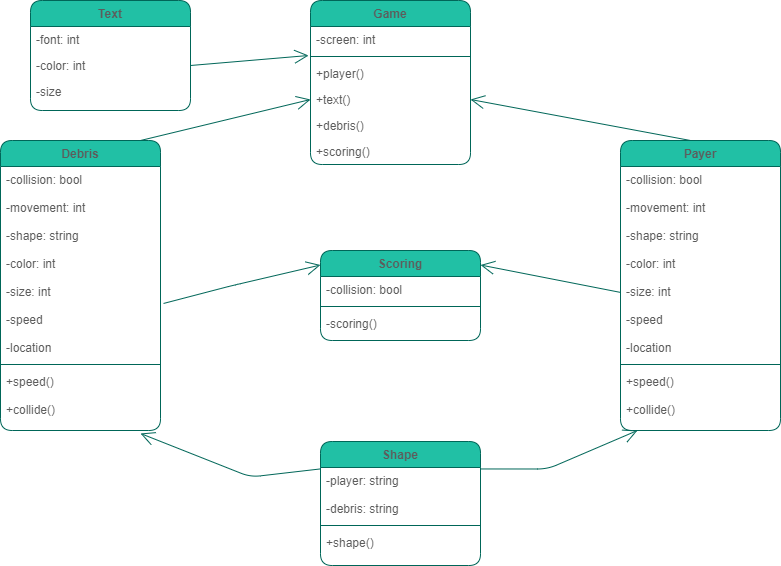
Earlier version of the draw.io export Assignments/A07/UntitledDiagram.png (LoicKonan/2143-OOP-Konan). Source tidied: cells renumbered, new cells last; positions are measured from the earlier drawing's top-left corner, leaving out a move shared by most shapes.
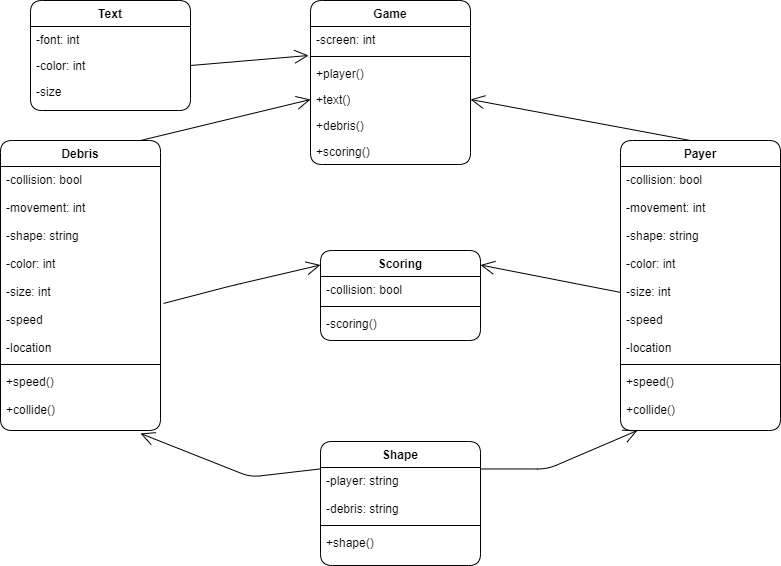
The same file after the commit.

Diff of the diagram source:
```diff
@@ -2,103 +2,103 @@
   <root>
     <mxCell id="0" />
     <mxCell id="1" parent="0" />
-    <mxCell id="2" value="Text" style="swimlane;fontStyle=1;align=center;verticalAlign=top;horizontal=1;startSize=26;shadow=0;strokeWidth=1;rounded=1;fillColor=#21C0A5;strokeColor=#006658;fontColor=#5C5C5C;" parent="1" vertex="1">
+    <mxCell id="2" value="Text" style="swimlane;fontStyle=1;align=center;verticalAlign=top;horizontal=1;startSize=26;shadow=0;strokeWidth=1;rounded=1;" parent="1" vertex="1">
       <mxGeometry x="30" width="160" height="110" as="geometry" />
     </mxCell>
-    <mxCell id="3" value="-font: int&#10;" style="text;align=left;verticalAlign=top;spacingLeft=4;spacingRight=4;overflow=hidden;fontStyle=0;rounded=1;fontColor=#5C5C5C;" parent="2" vertex="1">
+    <mxCell id="3" value="-font: int&#10;" style="text;align=left;verticalAlign=top;spacingLeft=4;spacingRight=4;overflow=hidden;fontStyle=0;rounded=1;" parent="2" vertex="1">
       <mxGeometry y="26" width="160" height="26" as="geometry" />
     </mxCell>
-    <mxCell id="4" value="-color: int&#10;" style="text;align=left;verticalAlign=top;spacingLeft=4;spacingRight=4;overflow=hidden;points=[[0,0.5],[1,0.5]];portConstraint=eastwest;rounded=1;fontColor=#5C5C5C;" parent="2" vertex="1">
+    <mxCell id="4" value="-color: int&#10;" style="text;align=left;verticalAlign=top;spacingLeft=4;spacingRight=4;overflow=hidden;points=[[0,0.5],[1,0.5]];portConstraint=eastwest;rounded=1;" parent="2" vertex="1">
       <mxGeometry y="52" width="160" height="26" as="geometry" />
     </mxCell>
-    <mxCell id="5" value="-size" style="text;align=left;verticalAlign=top;spacingLeft=4;spacingRight=4;overflow=hidden;rounded=1;fontColor=#5C5C5C;" parent="2" vertex="1">
+    <mxCell id="5" value="-size" style="text;align=left;verticalAlign=top;spacingLeft=4;spacingRight=4;overflow=hidden;rounded=1;" parent="2" vertex="1">
       <mxGeometry y="78" width="160" height="26" as="geometry" />
     </mxCell>
-    <mxCell id="6" value="Scoring" style="swimlane;fontStyle=1;align=center;verticalAlign=top;horizontal=1;startSize=26;shadow=0;strokeWidth=1;rounded=1;fillColor=#21C0A5;strokeColor=#006658;fontColor=#5C5C5C;" parent="1" vertex="1">
+    <mxCell id="6" value="Scoring" style="swimlane;fontStyle=1;align=center;verticalAlign=top;horizontal=1;startSize=26;shadow=0;strokeWidth=1;rounded=1;" parent="1" vertex="1">
       <mxGeometry x="320" y="250" width="160" height="90" as="geometry" />
     </mxCell>
-    <mxCell id="7" value="-collision: bool" style="text;align=left;verticalAlign=top;spacingLeft=4;spacingRight=4;overflow=hidden;rounded=1;fontColor=#5C5C5C;" parent="6" vertex="1">
+    <mxCell id="7" value="-collision: bool" style="text;align=left;verticalAlign=top;spacingLeft=4;spacingRight=4;overflow=hidden;rounded=1;" parent="6" vertex="1">
       <mxGeometry y="26" width="160" height="26" as="geometry" />
     </mxCell>
-    <mxCell id="8" style="line;html=1;strokeWidth=1;align=left;verticalAlign=middle;spacingTop=-1;spacingLeft=3;spacingRight=3;labelPosition=right;rounded=1;fillColor=#21C0A5;strokeColor=#006658;fontColor=#5C5C5C;" parent="6" vertex="1">
+    <mxCell id="8" style="line;html=1;strokeWidth=1;align=left;verticalAlign=middle;spacingTop=-1;spacingLeft=3;spacingRight=3;labelPosition=right;rounded=1;" parent="6" vertex="1">
       <mxGeometry y="52" width="160" height="8" as="geometry" />
     </mxCell>
-    <mxCell id="9" value="-scoring()" style="text;align=left;verticalAlign=top;spacingLeft=4;spacingRight=4;overflow=hidden;shadow=0;html=0;rounded=1;fontColor=#5C5C5C;" parent="6" vertex="1">
+    <mxCell id="9" value="-scoring()" style="text;align=left;verticalAlign=top;spacingLeft=4;spacingRight=4;overflow=hidden;shadow=0;html=0;rounded=1;" parent="6" vertex="1">
       <mxGeometry y="60" width="160" height="26" as="geometry" />
     </mxCell>
-    <mxCell id="10" value="Game" style="swimlane;fontStyle=1;align=center;verticalAlign=top;horizontal=1;startSize=26;shadow=0;strokeWidth=1;rounded=1;fillColor=#21C0A5;strokeColor=#006658;fontColor=#5C5C5C;" parent="1" vertex="1">
+    <mxCell id="10" value="Game" style="swimlane;fontStyle=1;align=center;verticalAlign=top;horizontal=1;startSize=26;shadow=0;strokeWidth=1;rounded=1;" parent="1" vertex="1">
       <mxGeometry x="310" width="160" height="164" as="geometry" />
     </mxCell>
-    <mxCell id="11" value="-screen: int" style="text;align=left;verticalAlign=top;spacingLeft=4;spacingRight=4;overflow=hidden;points=[[0,0.5],[1,0.5]];portConstraint=eastwest;shadow=0;html=0;rounded=1;fontColor=#5C5C5C;" parent="10" vertex="1">
+    <mxCell id="11" value="-screen: int" style="text;align=left;verticalAlign=top;spacingLeft=4;spacingRight=4;overflow=hidden;points=[[0,0.5],[1,0.5]];portConstraint=eastwest;shadow=0;html=0;rounded=1;" parent="10" vertex="1">
       <mxGeometry y="26" width="160" height="26" as="geometry" />
     </mxCell>
-    <mxCell id="12" style="line;html=1;strokeWidth=1;align=left;verticalAlign=middle;spacingTop=-1;spacingLeft=3;spacingRight=3;labelPosition=right;rounded=1;fillColor=#21C0A5;strokeColor=#006658;fontColor=#5C5C5C;" parent="10" vertex="1">
+    <mxCell id="12" style="line;html=1;strokeWidth=1;align=left;verticalAlign=middle;spacingTop=-1;spacingLeft=3;spacingRight=3;labelPosition=right;rounded=1;" parent="10" vertex="1">
       <mxGeometry y="52" width="160" height="8" as="geometry" />
     </mxCell>
-    <mxCell id="13" value="+player()" style="text;align=left;verticalAlign=top;spacingLeft=4;spacingRight=4;overflow=hidden;rounded=1;fontColor=#5C5C5C;" parent="10" vertex="1">
+    <mxCell id="13" value="+player()" style="text;align=left;verticalAlign=top;spacingLeft=4;spacingRight=4;overflow=hidden;rounded=1;" parent="10" vertex="1">
       <mxGeometry y="60" width="160" height="26" as="geometry" />
     </mxCell>
-    <mxCell id="14" value="+text()" style="text;align=left;verticalAlign=top;spacingLeft=4;spacingRight=4;overflow=hidden;points=[[0,0.5],[1,0.5]];portConstraint=eastwest;rounded=1;fontColor=#5C5C5C;" parent="10" vertex="1">
+    <mxCell id="14" value="+text()" style="text;align=left;verticalAlign=top;spacingLeft=4;spacingRight=4;overflow=hidden;points=[[0,0.5],[1,0.5]];portConstraint=eastwest;rounded=1;" parent="10" vertex="1">
       <mxGeometry y="86" width="160" height="26" as="geometry" />
     </mxCell>
-    <mxCell id="15" value="+debris()" style="text;align=left;verticalAlign=top;spacingLeft=4;spacingRight=4;overflow=hidden;shadow=0;html=0;rounded=1;fontColor=#5C5C5C;" parent="10" vertex="1">
+    <mxCell id="15" value="+debris()" style="text;align=left;verticalAlign=top;spacingLeft=4;spacingRight=4;overflow=hidden;shadow=0;html=0;rounded=1;" parent="10" vertex="1">
       <mxGeometry y="112" width="160" height="26" as="geometry" />
     </mxCell>
-    <mxCell id="16" value="+scoring()" style="text;align=left;verticalAlign=top;spacingLeft=4;spacingRight=4;overflow=hidden;shadow=0;html=0;rounded=1;fontColor=#5C5C5C;" parent="10" vertex="1">
+    <mxCell id="16" value="+scoring()" style="text;align=left;verticalAlign=top;spacingLeft=4;spacingRight=4;overflow=hidden;shadow=0;html=0;rounded=1;" parent="10" vertex="1">
       <mxGeometry y="138" width="160" height="26" as="geometry" />
     </mxCell>
-    <mxCell id="17" value="Payer" style="swimlane;fontStyle=1;align=center;verticalAlign=top;horizontal=1;startSize=26;shadow=0;strokeWidth=1;rounded=1;fillColor=#21C0A5;strokeColor=#006658;fontColor=#5C5C5C;" parent="1" vertex="1">
+    <mxCell id="17" value="Payer" style="swimlane;fontStyle=1;align=center;verticalAlign=top;horizontal=1;startSize=26;shadow=0;strokeWidth=1;rounded=1;" parent="1" vertex="1">
       <mxGeometry x="620" y="140" width="160" height="290" as="geometry" />
     </mxCell>
-    <mxCell id="18" value="-collision: bool&#10;&#10;-movement: int&#10;&#10;-shape: string&#10;&#10;-color: int&#10;&#10;-size: int&#10;&#10;-speed&#10;&#10;-location" style="text;align=left;verticalAlign=top;spacingLeft=4;spacingRight=4;overflow=hidden;points=[[0,0.5],[1,0.5]];portConstraint=eastwest;rounded=1;fontColor=#5C5C5C;" parent="17" vertex="1">
+    <mxCell id="18" value="-collision: bool&#10;&#10;-movement: int&#10;&#10;-shape: string&#10;&#10;-color: int&#10;&#10;-size: int&#10;&#10;-speed&#10;&#10;-location" style="text;align=left;verticalAlign=top;spacingLeft=4;spacingRight=4;overflow=hidden;points=[[0,0.5],[1,0.5]];portConstraint=eastwest;rounded=1;" parent="17" vertex="1">
       <mxGeometry y="26" width="160" height="194" as="geometry" />
     </mxCell>
-    <mxCell id="19" style="line;html=1;strokeWidth=1;align=left;verticalAlign=middle;spacingTop=-1;spacingLeft=3;spacingRight=3;labelPosition=right;rounded=1;fillColor=#21C0A5;strokeColor=#006658;fontColor=#5C5C5C;" parent="17" vertex="1">
+    <mxCell id="19" style="line;html=1;strokeWidth=1;align=left;verticalAlign=middle;spacingTop=-1;spacingLeft=3;spacingRight=3;labelPosition=right;rounded=1;" parent="17" vertex="1">
       <mxGeometry y="220" width="160" height="8" as="geometry" />
     </mxCell>
-    <mxCell id="20" value="+speed()&#10;&#10;+collide()" style="text;align=left;verticalAlign=top;spacingLeft=4;spacingRight=4;overflow=hidden;rounded=1;fontColor=#5C5C5C;" parent="17" vertex="1">
+    <mxCell id="20" value="+speed()&#10;&#10;+collide()" style="text;align=left;verticalAlign=top;spacingLeft=4;spacingRight=4;overflow=hidden;rounded=1;" parent="17" vertex="1">
       <mxGeometry y="228" width="160" height="62" as="geometry" />
     </mxCell>
-    <mxCell id="21" value="Shape" style="swimlane;fontStyle=1;align=center;verticalAlign=top;horizontal=1;startSize=26;shadow=0;strokeWidth=1;rounded=1;fillColor=#21C0A5;strokeColor=#006658;fontColor=#5C5C5C;" parent="1" vertex="1">
+    <mxCell id="21" value="Shape" style="swimlane;fontStyle=1;align=center;verticalAlign=top;horizontal=1;startSize=26;shadow=0;strokeWidth=1;rounded=1;" parent="1" vertex="1">
       <mxGeometry x="320" y="441" width="160" height="124" as="geometry" />
     </mxCell>
-    <mxCell id="22" value="-player: string&#10;&#10;-debris: string" style="text;align=left;verticalAlign=top;spacingLeft=4;spacingRight=4;overflow=hidden;rounded=1;fontColor=#5C5C5C;" parent="21" vertex="1">
+    <mxCell id="22" value="-player: string&#10;&#10;-debris: string" style="text;align=left;verticalAlign=top;spacingLeft=4;spacingRight=4;overflow=hidden;rounded=1;" parent="21" vertex="1">
       <mxGeometry y="26" width="160" height="54" as="geometry" />
     </mxCell>
-    <mxCell id="23" style="line;html=1;strokeWidth=1;align=left;verticalAlign=middle;spacingTop=-1;spacingLeft=3;spacingRight=3;labelPosition=right;rounded=1;fillColor=#21C0A5;strokeColor=#006658;fontColor=#5C5C5C;" parent="21" vertex="1">
+    <mxCell id="23" style="line;html=1;strokeWidth=1;align=left;verticalAlign=middle;spacingTop=-1;spacingLeft=3;spacingRight=3;labelPosition=right;rounded=1;" parent="21" vertex="1">
       <mxGeometry y="80" width="160" height="8" as="geometry" />
     </mxCell>
-    <mxCell id="24" value="+shape()" style="text;align=left;verticalAlign=top;spacingLeft=4;spacingRight=4;overflow=hidden;shadow=0;html=0;rounded=1;fontColor=#5C5C5C;" parent="21" vertex="1">
+    <mxCell id="24" value="+shape()" style="text;align=left;verticalAlign=top;spacingLeft=4;spacingRight=4;overflow=hidden;shadow=0;html=0;rounded=1;" parent="21" vertex="1">
       <mxGeometry y="88" width="160" height="26" as="geometry" />
     </mxCell>
-    <mxCell id="25" value="Debris" style="swimlane;fontStyle=1;align=center;verticalAlign=top;horizontal=1;startSize=26;shadow=0;strokeWidth=1;rounded=1;fillColor=#21C0A5;strokeColor=#006658;fontColor=#5C5C5C;" parent="1" vertex="1">
+    <mxCell id="25" value="Debris" style="swimlane;fontStyle=1;align=center;verticalAlign=top;horizontal=1;startSize=26;shadow=0;strokeWidth=1;rounded=1;" parent="1" vertex="1">
       <mxGeometry y="140" width="160" height="290" as="geometry" />
     </mxCell>
-    <mxCell id="26" value="-collision: bool&#10;&#10;-movement: int&#10;&#10;-shape: string&#10;&#10;-color: int&#10;&#10;-size: int&#10;&#10;-speed&#10;&#10;-location" style="text;align=left;verticalAlign=top;spacingLeft=4;spacingRight=4;overflow=hidden;points=[[0,0.5],[1,0.5]];portConstraint=eastwest;rounded=1;fontColor=#5C5C5C;" parent="25" vertex="1">
+    <mxCell id="26" value="-collision: bool&#10;&#10;-movement: int&#10;&#10;-shape: string&#10;&#10;-color: int&#10;&#10;-size: int&#10;&#10;-speed&#10;&#10;-location" style="text;align=left;verticalAlign=top;spacingLeft=4;spacingRight=4;overflow=hidden;points=[[0,0.5],[1,0.5]];portConstraint=eastwest;rounded=1;" parent="25" vertex="1">
       <mxGeometry y="26" width="160" height="194" as="geometry" />
     </mxCell>
-    <mxCell id="27" style="line;html=1;strokeWidth=1;align=left;verticalAlign=middle;spacingTop=-1;spacingLeft=3;spacingRight=3;labelPosition=right;rounded=1;fillColor=#21C0A5;strokeColor=#006658;fontColor=#5C5C5C;" parent="25" vertex="1">
+    <mxCell id="27" style="line;html=1;strokeWidth=1;align=left;verticalAlign=middle;spacingTop=-1;spacingLeft=3;spacingRight=3;labelPosition=right;rounded=1;" parent="25" vertex="1">
       <mxGeometry y="220" width="160" height="8" as="geometry" />
     </mxCell>
-    <mxCell id="28" value="+speed()&#10;&#10;+collide()" style="text;align=left;verticalAlign=top;spacingLeft=4;spacingRight=4;overflow=hidden;points=[[0,0.5],[1,0.5]];portConstraint=eastwest;rounded=1;fontColor=#5C5C5C;" parent="25" vertex="1">
+    <mxCell id="28" value="+speed()&#10;&#10;+collide()" style="text;align=left;verticalAlign=top;spacingLeft=4;spacingRight=4;overflow=hidden;points=[[0,0.5],[1,0.5]];portConstraint=eastwest;rounded=1;" parent="25" vertex="1">
       <mxGeometry y="228" width="160" height="62" as="geometry" />
     </mxCell>
-    <mxCell id="29" style="endArrow=open;endFill=1;endSize=12;html=1;strokeColor=#006658;fontColor=#5C5C5C;entryX=0;entryY=0.5;entryDx=0;entryDy=0;" parent="1" edge="1" target="14">
+    <mxCell id="29" style="endArrow=open;endFill=1;endSize=12;html=1;entryX=0;entryY=0.5;entryDx=0;entryDy=0;" parent="1" edge="1" target="14">
       <mxGeometry relative="1" as="geometry">
         <mxPoint x="140" y="140" as="sourcePoint" />
       </mxGeometry>
     </mxCell>
-    <mxCell id="30" style="endArrow=open;endFill=1;endSize=12;html=1;strokeColor=#006658;fillColor=#21C0A5;fontColor=#5C5C5C;entryX=1;entryY=0.5;entryDx=0;entryDy=0;" parent="1" edge="1" target="14">
+    <mxCell id="30" style="endArrow=open;endFill=1;endSize=12;html=1;entryX=1;entryY=0.5;entryDx=0;entryDy=0;" parent="1" edge="1" target="14">
       <mxGeometry relative="1" as="geometry">
         <mxPoint x="690" y="140" as="sourcePoint" />
       </mxGeometry>
     </mxCell>
-    <mxCell id="31" style="endArrow=open;endFill=1;endSize=12;html=1;strokeColor=#006658;fillColor=#21C0A5;fontColor=#5C5C5C;entryX=1;entryY=0.5;entryDx=0;entryDy=0;exitX=0;exitY=0.649;exitDx=0;exitDy=0;exitPerimeter=0;" parent="1" edge="1" source="18">
+    <mxCell id="31" style="endArrow=open;endFill=1;endSize=12;html=1;entryX=1;entryY=0.5;entryDx=0;entryDy=0;exitX=0;exitY=0.649;exitDx=0;exitDy=0;exitPerimeter=0;" parent="1" edge="1" source="18">
       <mxGeometry relative="1" as="geometry">
         <mxPoint x="480" y="264.5" as="targetPoint" />
       </mxGeometry>
     </mxCell>
-    <mxCell id="32" style="endArrow=open;endFill=1;endSize=12;html=1;strokeColor=#006658;fontColor=#5C5C5C;entryX=0;entryY=0.5;entryDx=0;entryDy=0;exitX=1.019;exitY=0.706;exitDx=0;exitDy=0;exitPerimeter=0;" parent="1" edge="1" source="26">
+    <mxCell id="32" style="endArrow=open;endFill=1;endSize=12;html=1;entryX=0;entryY=0.5;entryDx=0;entryDy=0;exitX=1.019;exitY=0.706;exitDx=0;exitDy=0;exitPerimeter=0;" parent="1" edge="1" source="26">
       <mxGeometry relative="1" as="geometry">
         <mxPoint x="320" y="264.5" as="targetPoint" />
         <Array as="points">
@@ -106,7 +106,7 @@
         </Array>
       </mxGeometry>
     </mxCell>
-    <mxCell id="33" style="endArrow=open;endFill=1;endSize=12;html=1;strokeColor=#006658;fontColor=#5C5C5C;entryX=0;entryY=0.5;entryDx=0;entryDy=0;exitX=1.019;exitY=0.706;exitDx=0;exitDy=0;exitPerimeter=0;" parent="1" edge="1">
+    <mxCell id="33" style="endArrow=open;endFill=1;endSize=12;html=1;entryX=0;entryY=0.5;entryDx=0;entryDy=0;exitX=1.019;exitY=0.706;exitDx=0;exitDy=0;exitPerimeter=0;" parent="1" edge="1">
       <mxGeometry relative="1" as="geometry">
         <mxPoint x="480" y="468.5" as="sourcePoint" />
         <mxPoint x="637" y="430" as="targetPoint" />
@@ -115,7 +115,7 @@
         </Array>
       </mxGeometry>
     </mxCell>
-    <mxCell id="34" style="endArrow=open;endFill=1;endSize=12;html=1;strokeColor=#006658;fillColor=#21C0A5;fontColor=#5C5C5C;entryX=0.875;entryY=1.048;entryDx=0;entryDy=0;exitX=0;exitY=0.649;exitDx=0;exitDy=0;exitPerimeter=0;entryPerimeter=0;" parent="1" edge="1" target="28">
+    <mxCell id="34" style="endArrow=open;endFill=1;endSize=12;html=1;entryX=0.875;entryY=1.048;entryDx=0;entryDy=0;exitX=0;exitY=0.649;exitDx=0;exitDy=0;exitPerimeter=0;entryPerimeter=0;" parent="1" edge="1" target="28">
       <mxGeometry relative="1" as="geometry">
         <mxPoint x="320" y="468.4" as="sourcePoint" />
         <Array as="points">
@@ -123,7 +123,7 @@
         </Array>
       </mxGeometry>
     </mxCell>
-    <mxCell id="35" style="endArrow=open;endFill=1;endSize=12;html=1;strokeColor=#006658;fontColor=#5C5C5C;entryX=-0.012;entryY=1.115;entryDx=0;entryDy=0;exitX=1;exitY=0.5;exitDx=0;exitDy=0;entryPerimeter=0;" parent="1" edge="1" source="4" target="11">
+    <mxCell id="35" style="endArrow=open;endFill=1;endSize=12;html=1;entryX=-0.012;entryY=1.115;entryDx=0;entryDy=0;exitX=1;exitY=0.5;exitDx=0;exitDy=0;entryPerimeter=0;" parent="1" edge="1" source="4" target="11">
       <mxGeometry relative="1" as="geometry" />
     </mxCell>
   </root>
```
